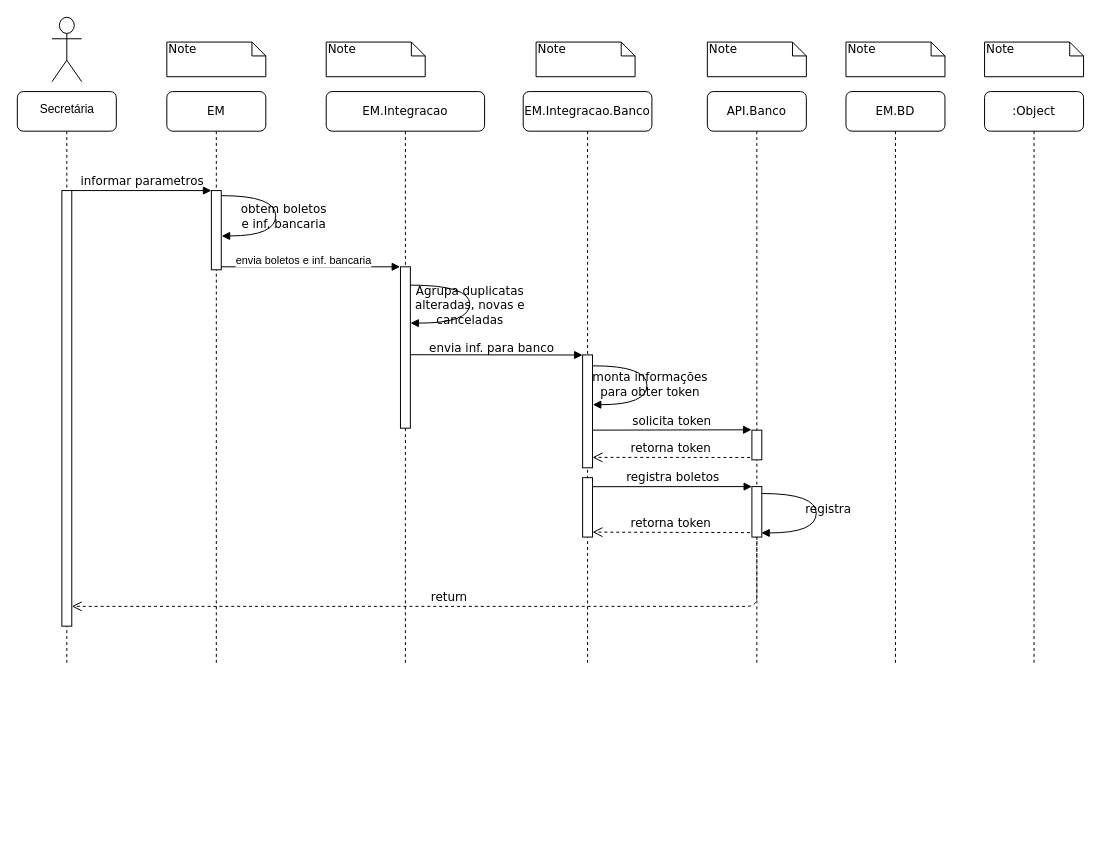
This is Diagrama sem nome.drawio from Joao-Daniel-EM/Joao-Daniel-EM, a draw.io file, before an edit. Source tidied: cells renumbered, new cells numbered last; positions are measured from the earlier drawing's top-left corner, leaving out a move shared by most shapes. Both pictures are drawn from the tidied source at 99%, with x=0, y=0 at pixel (17, 17).
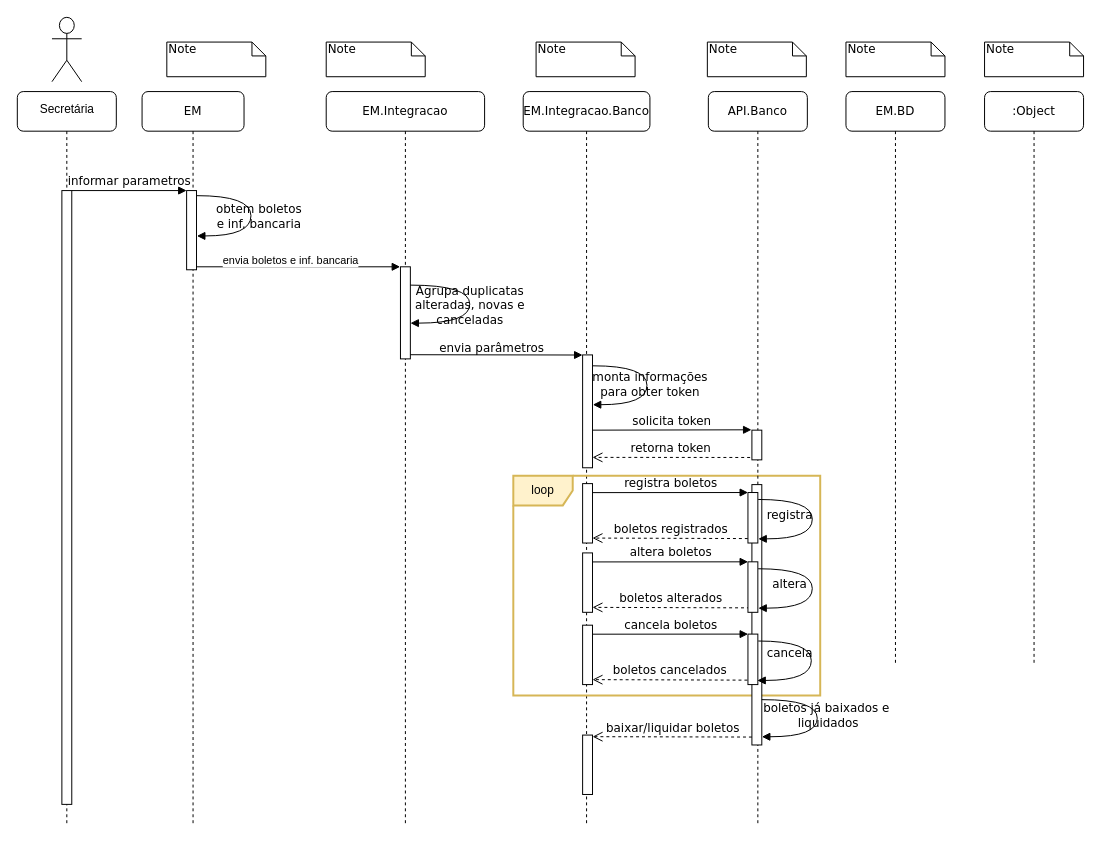
Above is the later version.

The change refers to these unchanged cells:
```xml
<mxCell id="20" style="html=1;points=[];perimeter=orthogonalPerimeter;rounded=0;shadow=0;comic=0;labelBackgroundColor=none;strokeColor=#000000;strokeWidth=1;fillColor=#FFFFFF;fontFamily=Verdana;fontSize=12;fontColor=#000000;align=center;" parent="1" vertex="1">
  <mxGeometry x="742" y="417" width="10" height="30" as="geometry" />
</mxCell>
```

The edit, as a diff of the source:
```diff
@@
+    <mxCell id="9" value="EM.Integracao.Banco" style="shape=umlLifeline;perimeter=lifelinePerimeter;whiteSpace=wrap;html=1;rounded=1;shadow=0;comic=0;labelBackgroundColor=none;strokeWidth=1;fontFamily=Verdana;fontSize=12;align=center;" parent="1" vertex="1">
+      <mxGeometry x="511" y="75" width="128" height="740" as="geometry" />
+    </mxCell>
+    <mxCell id="10" style="html=1;perimeter=orthogonalPerimeter;rounded=0;shadow=0;comic=0;labelBackgroundColor=none;strokeColor=#000000;strokeWidth=1;fillColor=#FFFFFF;fontFamily=Verdana;fontSize=12;fontColor=#000000;align=center;" parent="9" vertex="1">
+      <mxGeometry x="60" y="396" width="10" height="60" as="geometry" />
+    </mxCell>
+    <mxCell id="35" style="html=1;points=[];perimeter=orthogonalPerimeter;rounded=0;shadow=0;comic=0;labelBackgroundColor=none;strokeColor=#000000;strokeWidth=1;fillColor=#FFFFFF;fontFamily=Verdana;fontSize=12;fontColor=#000000;align=center;" parent="9" vertex="1">
+      <mxGeometry x="60" y="650" width="10" height="60" as="geometry" />
+    </mxCell>
+    <mxCell id="36" value="loop" style="shape=umlFrame;whiteSpace=wrap;html=1;fillColor=#fff2cc;strokeColor=#d6b656;gradientColor=none;strokeWidth=2;" parent="9" vertex="1">
+      <mxGeometry x="-10" y="388" width="310" height="222" as="geometry" />
+    </mxCell>
+    <mxCell id="11" value="API.Banco" style="shape=umlLifeline;perimeter=lifelinePerimeter;whiteSpace=wrap;html=1;rounded=1;shadow=0;comic=0;labelBackgroundColor=none;strokeWidth=1;fontFamily=Verdana;fontSize=12;align=center;" parent="1" vertex="1">
+      <mxGeometry x="698" y="75" width="100" height="740" as="geometry" />
+    </mxCell>
+    <mxCell id="13" value="boletos registrados" style="html=1;verticalAlign=bottom;endArrow=open;dashed=1;endSize=8;exitX=-0.014;exitY=0.912;labelBackgroundColor=none;fontFamily=Verdana;fontSize=12;exitDx=0;exitDy=0;exitPerimeter=0;" parent="11" edge="1" source="12">
+      <mxGeometry relative="1" as="geometry">
+        <mxPoint x="-117" y="451" as="targetPoint" />
+      </mxGeometry>
+    </mxCell>
+    <mxCell id="37" value="boletos alterados" style="html=1;verticalAlign=bottom;endArrow=open;dashed=1;endSize=8;exitX=-0.18;exitY=0.92;labelBackgroundColor=none;fontFamily=Verdana;fontSize=12;exitDx=0;exitDy=0;exitPerimeter=0;" parent="11" edge="1">
+      <mxGeometry relative="1" as="geometry">
+        <mxPoint x="42" y="521.5" as="sourcePoint" />
+        <mxPoint x="-117" y="521" as="targetPoint" />
+      </mxGeometry>
+    </mxCell>
+    <mxCell id="38" value="altera boletos" style="html=1;verticalAlign=bottom;endArrow=block;entryX=0.012;entryY=-0.001;labelBackgroundColor=none;fontFamily=Verdana;fontSize=12;edgeStyle=elbowEdgeStyle;elbow=vertical;entryDx=0;entryDy=0;entryPerimeter=0;" parent="11" edge="1" target="42">
+      <mxGeometry relative="1" as="geometry">
+        <mxPoint x="-117" y="475.1" as="sourcePoint" />
+      </mxGeometry>
+    </mxCell>
+    <mxCell id="39" style="html=1;perimeter=orthogonalPerimeter;rounded=0;shadow=0;comic=0;labelBackgroundColor=none;strokeColor=#000000;strokeWidth=1;fillColor=#FFFFFF;fontFamily=Verdana;fontSize=12;fontColor=#000000;align=center;" parent="11" vertex="1">
+      <mxGeometry x="-127" y="466" width="10" height="60" as="geometry" />
+    </mxCell>
+    <mxCell id="40" style="html=1;perimeter=orthogonalPerimeter;rounded=0;shadow=0;comic=0;labelBackgroundColor=none;strokeWidth=1;fontFamily=Verdana;fontSize=12;align=center;" parent="11" vertex="1">
+      <mxGeometry x="44" y="397" width="10" height="263" as="geometry" />
+    </mxCell>
+    <mxCell id="41" value="boletos já baixados e&amp;nbsp;&lt;br&gt;liquidados" style="html=1;verticalAlign=bottom;endArrow=block;labelBackgroundColor=none;fontFamily=Verdana;fontSize=12;elbow=vertical;edgeStyle=orthogonalEdgeStyle;curved=1;exitX=0.993;exitY=0.772;exitPerimeter=0;exitDx=0;exitDy=0;entryX=1.011;entryY=0.906;entryDx=0;entryDy=0;entryPerimeter=0;" parent="11" edge="1">
+      <mxGeometry x="0.19" y="11" relative="1" as="geometry">
+        <mxPoint x="53.9" y="614.2" as="sourcePoint" />
+        <mxPoint x="54.1" y="651.7" as="targetPoint" />
+        <Array as="points">
+          <mxPoint x="110" y="614" />
+          <mxPoint x="110" y="652" />
+          <mxPoint x="54" y="652" />
+        </Array>
+      </mxGeometry>
+    </mxCell>
+    <mxCell id="12" style="html=1;points=[];perimeter=orthogonalPerimeter;rounded=0;shadow=0;comic=0;labelBackgroundColor=none;strokeWidth=1;fontFamily=Verdana;fontSize=12;align=center;" parent="11" vertex="1">
+      <mxGeometry x="40" y="405" width="10" height="51" as="geometry" />
+    </mxCell>
+    <mxCell id="42" style="html=1;points=[];perimeter=orthogonalPerimeter;rounded=0;shadow=0;comic=0;labelBackgroundColor=none;strokeWidth=1;fontFamily=Verdana;fontSize=12;align=center;" parent="11" vertex="1">
+      <mxGeometry x="40" y="475" width="10" height="51" as="geometry" />
+    </mxCell>
+    <mxCell id="43" value="altera" style="html=1;verticalAlign=bottom;endArrow=block;labelBackgroundColor=none;fontFamily=Verdana;fontSize=12;elbow=vertical;edgeStyle=orthogonalEdgeStyle;curved=1;entryX=0.948;entryY=0.918;entryPerimeter=0;exitX=1.038;exitY=0.345;exitPerimeter=0;entryDx=0;entryDy=0;" parent="11" edge="1">
+      <mxGeometry x="0.58" y="-15" relative="1" as="geometry">
+        <mxPoint x="50.3" y="482" as="sourcePoint" />
+        <mxPoint x="50.5" y="521.8" as="targetPoint" />
+        <Array as="points">
+          <mxPoint x="105" y="482" />
+          <mxPoint x="105" y="521" />
+          <mxPoint x="50" y="521" />
+        </Array>
+      </mxGeometry>
+    </mxCell>
     <mxCell id="2" value="EM" style="shape=umlLifeline;perimeter=lifelinePerimeter;whiteSpace=wrap;html=1;rounded=1;shadow=0;comic=0;labelBackgroundColor=none;strokeWidth=1;fontFamily=Verdana;fontSize=12;align=center;" parent="1" vertex="1">
-      <mxGeometry x="151" y="75" width="100" height="580" as="geometry" />
+      <mxGeometry x="126" y="75" width="103" height="740" as="geometry" />
     </mxCell>
@@
     <mxCell id="6" value="EM.Integracao" style="shape=umlLifeline;perimeter=lifelinePerimeter;whiteSpace=wrap;html=1;rounded=1;shadow=0;comic=0;labelBackgroundColor=none;strokeWidth=1;fontFamily=Verdana;fontSize=12;align=center;" parent="1" vertex="1">
-      <mxGeometry x="312" y="75" width="160" height="580" as="geometry" />
+      <mxGeometry x="312" y="75" width="160" height="740" as="geometry" />
     </mxCell>
     <mxCell id="7" style="html=1;points=[];perimeter=orthogonalPerimeter;rounded=0;shadow=0;comic=0;labelBackgroundColor=none;strokeWidth=1;fontFamily=Verdana;fontSize=12;align=center;" parent="6" vertex="1">
-      <mxGeometry x="75" y="177" width="10" height="163" as="geometry" />
+      <mxGeometry x="75" y="177" width="10" height="93" as="geometry" />
     </mxCell>
@@
-    <mxCell id="9" value="EM.Integracao.Banco" style="shape=umlLifeline;perimeter=lifelinePerimeter;whiteSpace=wrap;html=1;rounded=1;shadow=0;comic=0;labelBackgroundColor=none;strokeWidth=1;fontFamily=Verdana;fontSize=12;align=center;" parent="1" vertex="1">
-      <mxGeometry x="511" y="75" width="130" height="580" as="geometry" />
-    </mxCell>
-    <mxCell id="10" style="html=1;perimeter=orthogonalPerimeter;rounded=0;shadow=0;comic=0;labelBackgroundColor=none;strokeColor=#000000;strokeWidth=1;fillColor=#FFFFFF;fontFamily=Verdana;fontSize=12;fontColor=#000000;align=center;" parent="9" vertex="1">
-      <mxGeometry x="60" y="390" width="10" height="60" as="geometry" />
-    </mxCell>
-    <mxCell id="11" value="API.Banco" style="shape=umlLifeline;perimeter=lifelinePerimeter;whiteSpace=wrap;html=1;rounded=1;shadow=0;comic=0;labelBackgroundColor=none;strokeWidth=1;fontFamily=Verdana;fontSize=12;align=center;" parent="1" vertex="1">
-      <mxGeometry x="697" y="75" width="100" height="580" as="geometry" />
-    </mxCell>
-    <mxCell id="12" style="html=1;points=[];perimeter=orthogonalPerimeter;rounded=0;shadow=0;comic=0;labelBackgroundColor=none;strokeWidth=1;fontFamily=Verdana;fontSize=12;align=center;" parent="11" vertex="1">
-      <mxGeometry x="45" y="399" width="10" height="51" as="geometry" />
-    </mxCell>
-    <mxCell id="13" value="retorna token" style="html=1;verticalAlign=bottom;endArrow=open;dashed=1;endSize=8;exitX=-0.18;exitY=0.92;labelBackgroundColor=none;fontFamily=Verdana;fontSize=12;exitDx=0;exitDy=0;exitPerimeter=0;" parent="11" edge="1">
-      <mxGeometry relative="1" as="geometry">
-        <mxPoint x="43" y="445.5" as="sourcePoint" />
-        <mxPoint x="-116" y="445" as="targetPoint" />
-      </mxGeometry>
-    </mxCell>
@@
     <mxCell id="16" style="shape=umlLifeline;perimeter=lifelinePerimeter;whiteSpace=wrap;html=1;rounded=1;shadow=0;comic=0;labelBackgroundColor=none;strokeWidth=1;fontFamily=Verdana;fontSize=12;align=center;" parent="1" vertex="1">
-      <mxGeometry y="75" width="100" height="580" as="geometry" />
+      <mxGeometry y="75" width="100" height="740" as="geometry" />
     </mxCell>
     <mxCell id="17" style="html=1;points=[];perimeter=orthogonalPerimeter;rounded=0;shadow=0;comic=0;labelBackgroundColor=none;strokeWidth=1;fontFamily=Verdana;fontSize=12;align=center;" parent="16" vertex="1">
-      <mxGeometry x="45" y="100" width="10" height="440" as="geometry" />
+      <mxGeometry x="45" y="100" width="10" height="620" as="geometry" />
     </mxCell>
@@
-    <mxCell id="19" value="envia inf. para banco" style="html=1;verticalAlign=bottom;endArrow=block;labelBackgroundColor=none;fontFamily=Verdana;fontSize=12;exitX=1;exitY=0.928;exitDx=0;exitDy=0;exitPerimeter=0;entryX=-0.013;entryY=0.001;entryDx=0;entryDy=0;entryPerimeter=0;shadow=0;" parent="1" edge="1">
+    <mxCell id="19" value="envia parâmetros" style="html=1;verticalAlign=bottom;endArrow=block;labelBackgroundColor=none;fontFamily=Verdana;fontSize=12;exitX=1;exitY=0.928;exitDx=0;exitDy=0;exitPerimeter=0;entryX=-0.013;entryY=0.001;entryDx=0;entryDy=0;entryPerimeter=0;shadow=0;" parent="1" edge="1">
       <mxGeometry x="-0.06" y="-3" relative="1" as="geometry">
         <mxPoint x="397" y="340.8" as="sourcePoint" />
         <mxPoint x="570.9" y="341.1" as="targetPoint" />
       </mxGeometry>
     </mxCell>
@@
-    <mxCell id="22" value="retorna token" style="html=1;verticalAlign=bottom;endArrow=open;dashed=1;endSize=8;exitX=-0.18;exitY=0.92;labelBackgroundColor=none;fontFamily=Verdana;fontSize=12;exitDx=0;exitDy=0;exitPerimeter=0;" parent="1" edge="1" source="20">
+    <mxCell id="22" value="retorna token" style="html=1;verticalAlign=bottom;endArrow=open;dashed=1;endSize=8;exitX=-0.18;exitY=0.92;labelBackgroundColor=none;fontFamily=Verdana;fontSize=12;exitDx=0;exitDy=0;exitPerimeter=0;" parent="1" edge="1">
       <mxGeometry relative="1" as="geometry">
+        <mxPoint x="740.2" y="444.6" as="sourcePoint" />
         <mxPoint x="581" y="444.5" as="targetPoint" />
       </mxGeometry>
     </mxCell>
-    <mxCell id="23" value="registra boletos" style="html=1;verticalAlign=bottom;endArrow=block;entryX=0.012;entryY=-0.001;labelBackgroundColor=none;fontFamily=Verdana;fontSize=12;edgeStyle=elbowEdgeStyle;elbow=vertical;entryDx=0;entryDy=0;entryPerimeter=0;" parent="1" edge="1" target="12">
-      <mxGeometry relative="1" as="geometry">
-        <mxPoint x="581" y="474.1" as="sourcePoint" />
-      </mxGeometry>
-    </mxCell>
-    <mxCell id="24" value="return" style="html=1;verticalAlign=bottom;endArrow=open;dashed=1;endSize=8;labelBackgroundColor=none;fontFamily=Verdana;fontSize=12;edgeStyle=elbowEdgeStyle;elbow=vertical;" parent="1" edge="1" source="12" target="17">
-      <mxGeometry relative="1" as="geometry">
-        <Array as="points">
-          <mxPoint x="559" y="595" />
-        </Array>
-      </mxGeometry>
-    </mxCell>
@@
+    <mxCell id="44" style="html=1;perimeter=orthogonalPerimeter;rounded=0;shadow=0;comic=0;labelBackgroundColor=none;strokeColor=#000000;strokeWidth=1;fillColor=#FFFFFF;fontFamily=Verdana;fontSize=12;fontColor=#000000;align=center;" parent="1" vertex="1">
+      <mxGeometry x="571" y="614" width="10" height="60" as="geometry" />
+    </mxCell>
+    <mxCell id="45" style="html=1;points=[];perimeter=orthogonalPerimeter;rounded=0;shadow=0;comic=0;labelBackgroundColor=none;strokeWidth=1;fontFamily=Verdana;fontSize=12;align=center;" parent="1" vertex="1">
+      <mxGeometry x="738" y="623" width="10" height="51" as="geometry" />
+    </mxCell>
+    <mxCell id="46" value="boletos cancelados" style="html=1;verticalAlign=bottom;endArrow=open;dashed=1;endSize=8;exitX=-0.055;exitY=0.912;labelBackgroundColor=none;fontFamily=Verdana;fontSize=12;exitDx=0;exitDy=0;exitPerimeter=0;" parent="1" edge="1" source="45">
+      <mxGeometry relative="1" as="geometry">
+        <mxPoint x="581" y="669" as="targetPoint" />
+      </mxGeometry>
+    </mxCell>
+    <mxCell id="47" value="cancela boletos" style="html=1;verticalAlign=bottom;endArrow=block;entryX=0.012;entryY=-0.001;labelBackgroundColor=none;fontFamily=Verdana;fontSize=12;edgeStyle=elbowEdgeStyle;elbow=vertical;entryDx=0;entryDy=0;entryPerimeter=0;" parent="1" edge="1" target="45">
+      <mxGeometry relative="1" as="geometry">
+        <mxPoint x="581" y="623.1" as="sourcePoint" />
+      </mxGeometry>
+    </mxCell>
+    <mxCell id="48" value="cancela" style="html=1;verticalAlign=bottom;endArrow=block;labelBackgroundColor=none;fontFamily=Verdana;fontSize=12;elbow=vertical;edgeStyle=orthogonalEdgeStyle;curved=1;entryX=0.948;entryY=0.918;entryPerimeter=0;entryDx=0;entryDy=0;exitX=1.04;exitY=0.137;exitDx=0;exitDy=0;exitPerimeter=0;" parent="1" edge="1" source="45" target="45">
+      <mxGeometry x="0.56" y="-18" relative="1" as="geometry">
+        <Array as="points">
+          <mxPoint x="802" y="630" />
+          <mxPoint x="802" y="669" />
+          <mxPoint x="748" y="669" />
+        </Array>
+      </mxGeometry>
+    </mxCell>
+    <mxCell id="23" value="registra boletos" style="html=1;verticalAlign=bottom;endArrow=block;entryX=0.012;entryY=-0.001;labelBackgroundColor=none;fontFamily=Verdana;fontSize=12;edgeStyle=elbowEdgeStyle;elbow=vertical;entryDx=0;entryDy=0;entryPerimeter=0;" parent="1" edge="1" target="12">
+      <mxGeometry relative="1" as="geometry">
+        <mxPoint x="581" y="480.1" as="sourcePoint" />
+      </mxGeometry>
+    </mxCell>
-    <mxCell id="34" value="registra" style="html=1;verticalAlign=bottom;endArrow=block;labelBackgroundColor=none;fontFamily=Verdana;fontSize=12;elbow=vertical;edgeStyle=orthogonalEdgeStyle;curved=1;entryX=0.948;entryY=0.918;entryPerimeter=0;exitX=1.038;exitY=0.345;exitPerimeter=0;entryDx=0;entryDy=0;" parent="1" edge="1" target="12">
-      <mxGeometry x="0.07" y="12" relative="1" as="geometry">
-        <mxPoint x="752.3" y="481" as="sourcePoint" />
+    <mxCell id="34" value="registra" style="html=1;verticalAlign=bottom;endArrow=block;labelBackgroundColor=none;fontFamily=Verdana;fontSize=12;elbow=vertical;edgeStyle=orthogonalEdgeStyle;curved=1;entryX=0.948;entryY=0.918;entryPerimeter=0;exitX=1.038;exitY=0.345;exitPerimeter=0;entryDx=0;entryDy=0;" parent="1" edge="1">
+      <mxGeometry x="0.58" y="-15" relative="1" as="geometry">
+        <mxPoint x="748.3" y="487" as="sourcePoint" />
+        <mxPoint x="748.5" y="526.8" as="targetPoint" />
         <Array as="points">
-          <mxPoint x="807" y="481" />
-          <mxPoint x="807" y="520" />
-          <mxPoint x="752" y="520" />
+          <mxPoint x="803" y="487" />
+          <mxPoint x="803" y="526" />
+          <mxPoint x="748" y="526" />
         </Array>
       </mxGeometry>
     </mxCell>
+    <mxCell id="49" value="baixar/liquidar boletos" style="html=1;verticalAlign=bottom;endArrow=open;dashed=1;endSize=8;exitX=-0.055;exitY=0.912;labelBackgroundColor=none;fontFamily=Verdana;fontSize=12;exitDx=0;exitDy=0;exitPerimeter=0;entryX=1.007;entryY=0.027;entryDx=0;entryDy=0;entryPerimeter=0;" parent="1" edge="1" target="35">
+      <mxGeometry relative="1" as="geometry">
+        <mxPoint x="742" y="727" as="sourcePoint" />
+      </mxGeometry>
+    </mxCell>
```
